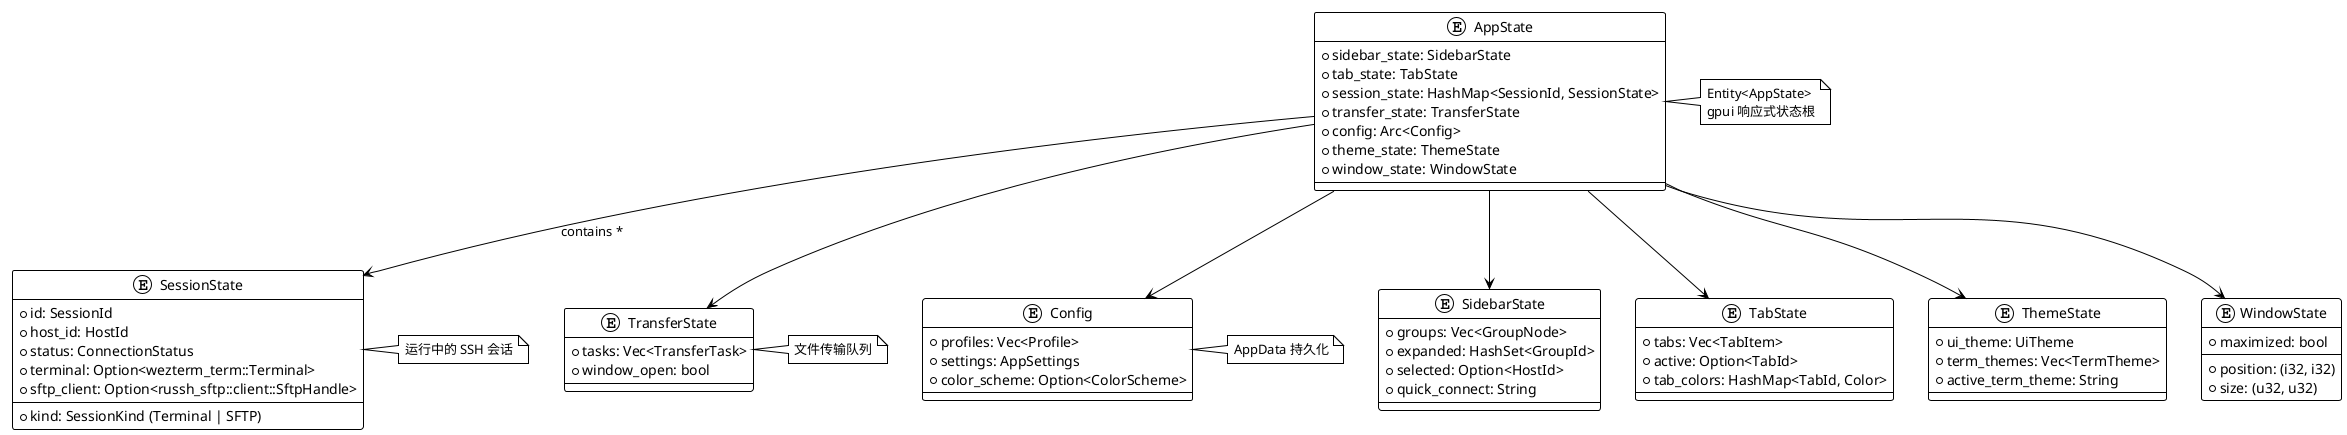
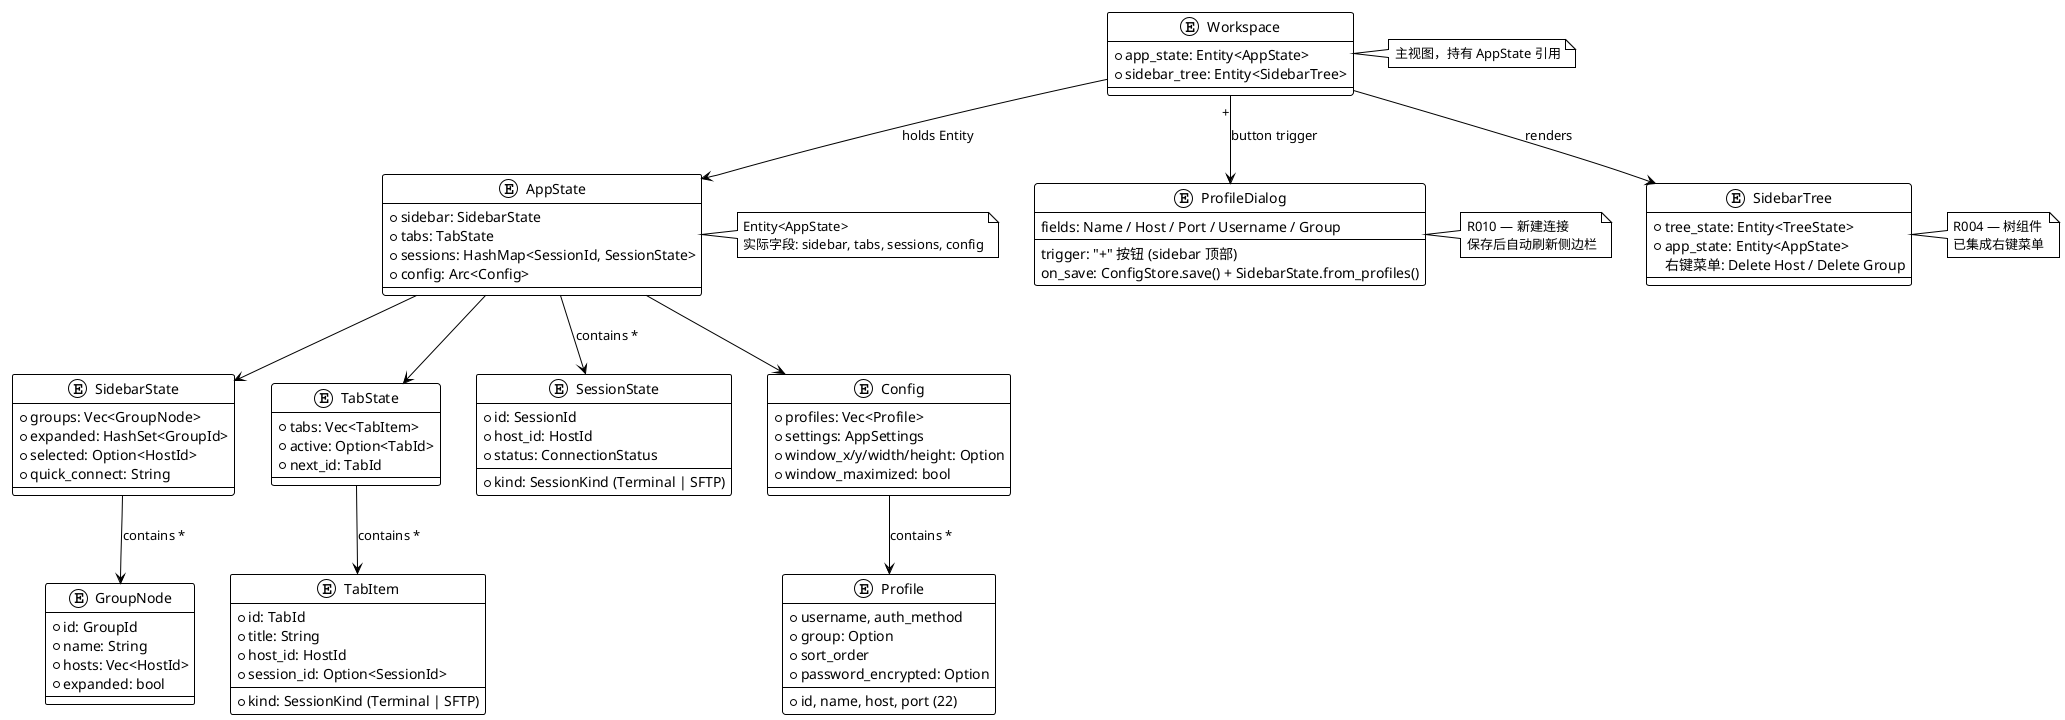
@startuml SamSSH AppState
!theme plain

entity "AppState" as APP_STATE {
-   + sidebar_state: SidebarState
-   + tab_state: TabState
-   + session_state: HashMap<SessionId, SessionState>
-   + transfer_state: TransferState
+   + sidebar: SidebarState
+   + tabs: TabState
+   + sessions: HashMap<SessionId, SessionState>
  + config: Arc<Config>
-   + theme_state: ThemeState
-   + window_state: WindowState
}

entity "SidebarState" as SIDEBAR {
  + groups: Vec<GroupNode>
  + expanded: HashSet<GroupId>
  + selected: Option<HostId>
  + quick_connect: String
}

+ entity "GroupNode" as GROUP {
+   + id: GroupId
+   + name: String
+   + hosts: Vec<HostId>
+   + expanded: bool
+ }
+ 
entity "TabState" as TABS {
  + tabs: Vec<TabItem>
  + active: Option<TabId>
-   + tab_colors: HashMap<TabId, Color>
+   + next_id: TabId
+ }
+ 
+ entity "TabItem" as TAB_ITEM {
+   + id: TabId
+   + title: String
+   + kind: SessionKind (Terminal | SFTP)
+   + host_id: HostId
+   + session_id: Option<SessionId>
}

entity "SessionState" as SESSION {
  + id: SessionId
  + host_id: HostId
  + kind: SessionKind (Terminal | SFTP)
  + status: ConnectionStatus
-   + terminal: Option<wezterm_term::Terminal>
-   + sftp_client: Option<russh_sftp::client::SftpHandle>
- }
- 
- entity "TransferState" as TRANSFER {
-   + tasks: Vec<TransferTask>
-   + window_open: bool
}

entity "Config" as CONFIG {
  + profiles: Vec<Profile>
  + settings: AppSettings
-   + color_scheme: Option<ColorScheme>
+   + window_x/y/width/height: Option
+   + window_maximized: bool
}

- entity "ThemeState" as THEME {
-   + ui_theme: UiTheme
-   + term_themes: Vec<TermTheme>
-   + active_term_theme: String
+ entity "Profile" as PROFILE {
+   + id, name, host, port (22)
+   + username, auth_method
+   + group: Option
+   + sort_order
+   + password_encrypted: Option
}

- entity "WindowState" as WIN {
-   + position: (i32, i32)
-   + size: (u32, u32)
-   + maximized: bool
+ entity "Workspace" as WORKSPACE {
+   + app_state: Entity<AppState>
+   + sidebar_tree: Entity<SidebarTree>
+ }
+ 
+ entity "SidebarTree" as SIDEBAR_TREE {
+   + tree_state: Entity<TreeState>
+   + app_state: Entity<AppState>
+   右键菜单: Delete Host / Delete Group
+ }
+ 
+ entity "ProfileDialog" as DIALOG {
+   trigger: "+" 按钮 (sidebar 顶部)
+   fields: Name / Host / Port / Username / Group
+   on_save: ConfigStore.save() + SidebarState.from_profiles()
}

APP_STATE --> SIDEBAR
APP_STATE --> TABS
APP_STATE --> SESSION : contains *
- APP_STATE --> TRANSFER
APP_STATE --> CONFIG
- APP_STATE --> THEME
- APP_STATE --> WIN
+ SIDEBAR --> GROUP : contains *
+ TABS --> TAB_ITEM : contains *
+ CONFIG --> PROFILE : contains *

- note right of APP_STATE : Entity<AppState>\ngpui 响应式状态根
- note right of SESSION : 运行中的 SSH 会话
- note right of TRANSFER : 文件传输队列
- note right of CONFIG : AppData 持久化
+ WORKSPACE --> APP_STATE : holds Entity
+ WORKSPACE --> SIDEBAR_TREE : renders
+ WORKSPACE --> DIALOG : "+" button trigger
+ 
+ note right of APP_STATE : Entity<AppState>\n实际字段: sidebar, tabs, sessions, config
+ note right of WORKSPACE : 主视图，持有 AppState 引用
+ note right of DIALOG : R010 — 新建连接\n保存后自动刷新侧边栏
+ note right of SIDEBAR_TREE : R004 — 树组件\n已集成右键菜单

@enduml
